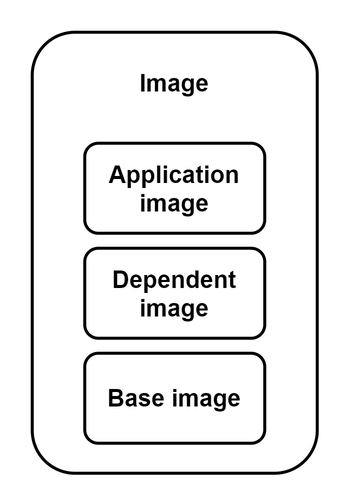
Above: .gitbook/assets/Image layers.png in iridium-soda/Container-Security-Gitbook (draw.io), before the change. Source tidied: cells renumbered, new cells last; positions are measured from the earlier drawing's top-left corner, leaving out a move shared by most shapes.
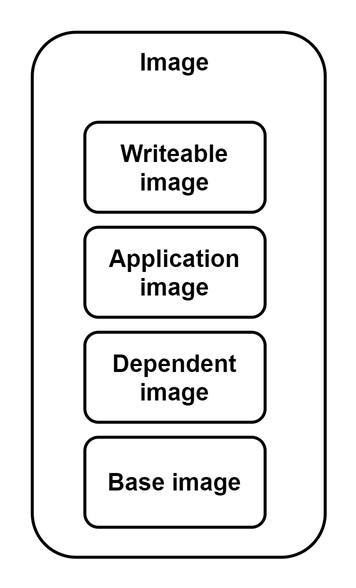
After the commit.

The edit, as a diff of the source:
```diff
@@ -3,7 +3,7 @@
     <mxCell id="0" />
     <mxCell id="1" parent="0" />
     <mxCell id="2" style="rounded=1;whiteSpace=wrap;html=1;fontSize=16;fontStyle=1;" parent="1" vertex="1">
-      <mxGeometry width="190" height="294" as="geometry" />
+      <mxGeometry y="-56" width="195" height="350" as="geometry" />
     </mxCell>
     <mxCell id="3" value="Dependent image" style="rounded=1;whiteSpace=wrap;html=1;fontSize=16;fontStyle=1;" parent="1" vertex="1">
       <mxGeometry x="35" y="144" width="120" height="60" as="geometry" />
@@ -15,7 +15,10 @@
       <mxGeometry x="35" y="214" width="120" height="60" as="geometry" />
     </mxCell>
     <mxCell id="6" value="Image" style="text;html=1;strokeColor=none;fillColor=none;align=center;verticalAlign=middle;whiteSpace=wrap;rounded=0;fontSize=16;fontStyle=1;" parent="1" vertex="1">
-      <mxGeometry x="60" y="24" width="70" height="20" as="geometry" />
+      <mxGeometry x="60" y="-46" width="70" height="20" as="geometry" />
     </mxCell>
+    <mxCell id="7" value="Writeable&lt;br&gt;image" style="rounded=1;whiteSpace=wrap;html=1;fontSize=16;fontStyle=1;" parent="1" vertex="1">
+      <mxGeometry x="35" y="4" width="120" height="60" as="geometry" />
+    </mxCell>
   </root>
 </mxGraphModel>
```
